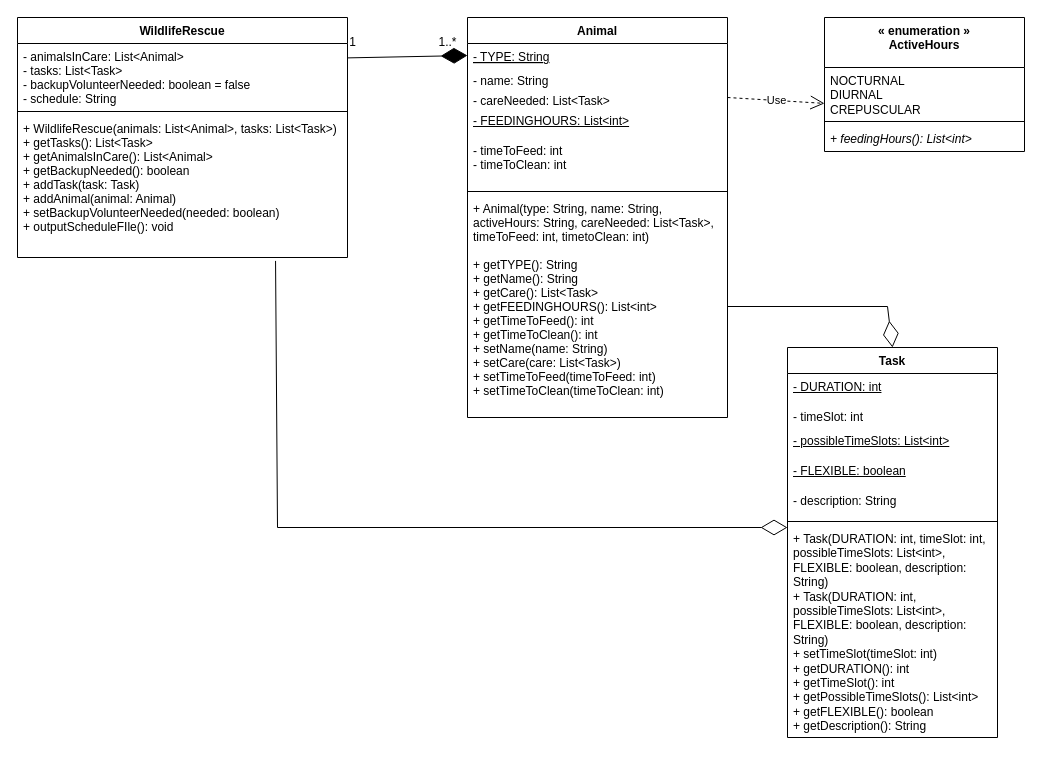
This is 64.drawio from aryan-karadia/Mock-Schedule-Builder, a draw.io file, before an edit. Source tidied: cells renumbered, new cells numbered last; positions are measured from the earlier drawing's top-left corner, leaving out a move shared by most shapes. Both pictures are drawn from the tidied source at 100%, with x=0, y=0 at pixel (17, 17).
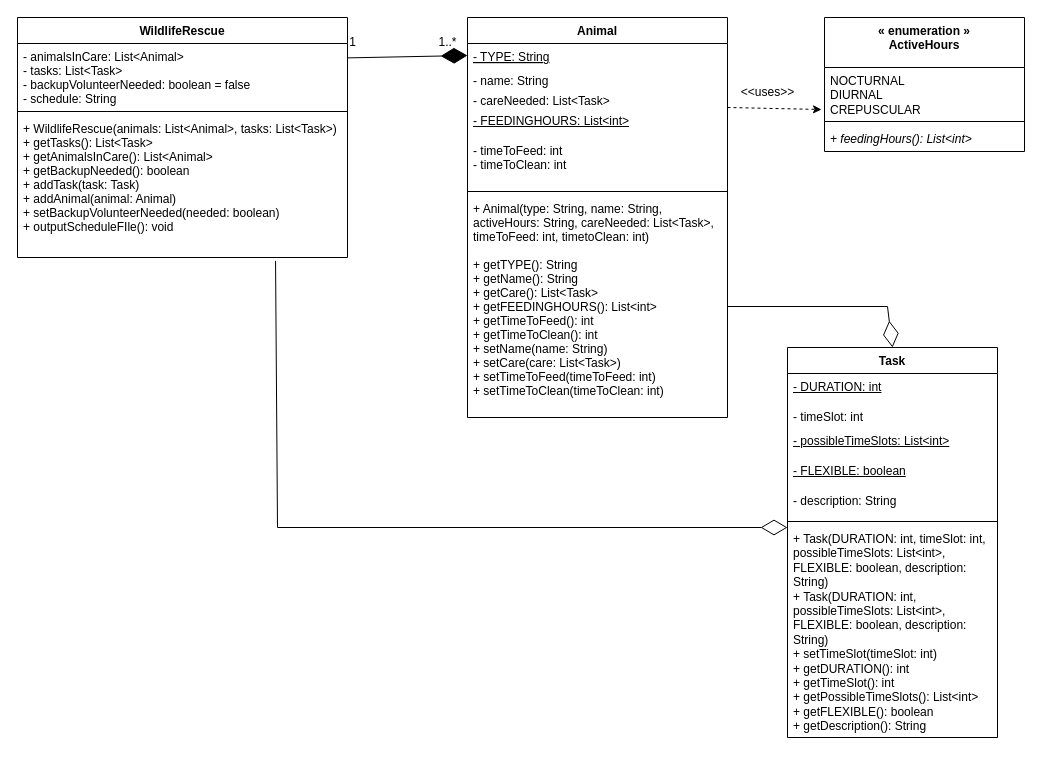
The same page after the edit.

Commit message:
Fixed Animal and ActiveHours relationship

Unchanged cells that the change refers to:
```xml
<mxCell id="9" value="&lt;span style=&quot;font-family: Helvetica; font-size: 12px; font-style: normal; font-variant-ligatures: normal; font-variant-caps: normal; font-weight: 400; letter-spacing: normal; orphans: 2; text-align: left; text-indent: 0px; text-transform: none; widows: 2; word-spacing: 0px; -webkit-text-stroke-width: 0px; text-decoration-thickness: initial; text-decoration-style: initial; text-decoration-color: initial; float: none; display: inline !important;&quot;&gt;- careNeeded: List&amp;lt;Task&amp;gt;&lt;/span&gt;" style="text;whiteSpace=wrap;html=1;fontColor=default;spacingLeft=4;spacingRight=4;fontStyle=0;" parent="6" vertex="1">
  <mxGeometry y="70" width="260" height="20" as="geometry" />
</mxCell>
<mxCell id="10" value="&lt;span style=&quot;font-family: Helvetica; font-size: 12px; font-style: normal; font-variant-ligatures: normal; font-variant-caps: normal; font-weight: 400; letter-spacing: normal; orphans: 2; text-align: left; text-indent: 0px; text-transform: none; widows: 2; word-spacing: 0px; -webkit-text-stroke-width: 0px; text-decoration-thickness: initial; text-decoration-style: initial; text-decoration-color: initial; float: none; display: inline !important;&quot;&gt;&lt;u&gt;- FEEDINGHOURS: List&amp;lt;int&amp;gt;&lt;/u&gt;&lt;/span&gt;" style="text;whiteSpace=wrap;html=1;labelBackgroundColor=none;fontColor=default;spacingLeft=4;spacingRight=4;fontStyle=4;" parent="6" vertex="1">
  <mxGeometry y="90" width="260" height="30" as="geometry" />
</mxCell>
<mxCell id="15" value="NOCTURNAL&lt;br&gt;DIURNAL&lt;br&gt;CREPUSCULAR" style="text;strokeColor=none;fillColor=none;align=left;verticalAlign=top;spacingLeft=4;spacingRight=4;overflow=hidden;points=[[0,0.5],[1,0.5]];portConstraint=eastwest;whiteSpace=wrap;html=1;" parent="14" vertex="1">
  <mxGeometry y="50" width="200" height="50" as="geometry" />
</mxCell>
```

Diff of the diagram source:
```diff
@@
-    <mxCell id="18" value="Use" style="endArrow=open;endSize=12;dashed=1;html=1;rounded=0;exitX=1;exitY=0.5;exitDx=0;exitDy=0;entryX=0;entryY=0.718;entryDx=0;entryDy=0;entryPerimeter=0;" parent="1" edge="1" source="9" target="15">
-      <mxGeometry relative="1" as="geometry" />
-    </mxCell>
@@
+    <mxCell id="32" style="html=1;labelBackgroundColor=#ffffff;startArrow=none;startFill=0;startSize=6;endArrow=classic;endFill=1;endSize=6;jettySize=auto;strokeWidth=1;dashed=1;fontSize=14;rounded=0;exitX=1;exitY=0;exitDx=0;exitDy=0;entryX=-0.015;entryY=0.84;entryDx=0;entryDy=0;entryPerimeter=0;" parent="1" edge="1" source="10" target="15">
+      <mxGeometry relative="1" as="geometry" />
+    </mxCell>
+    <mxCell id="33" value="&amp;lt;&amp;lt;uses&amp;gt;&amp;gt;" style="text;html=1;align=center;verticalAlign=middle;strokeColor=none;fillColor=none;" parent="1" vertex="1">
+      <mxGeometry x="710" y="60" width="80" height="30" as="geometry" />
+    </mxCell>
```
